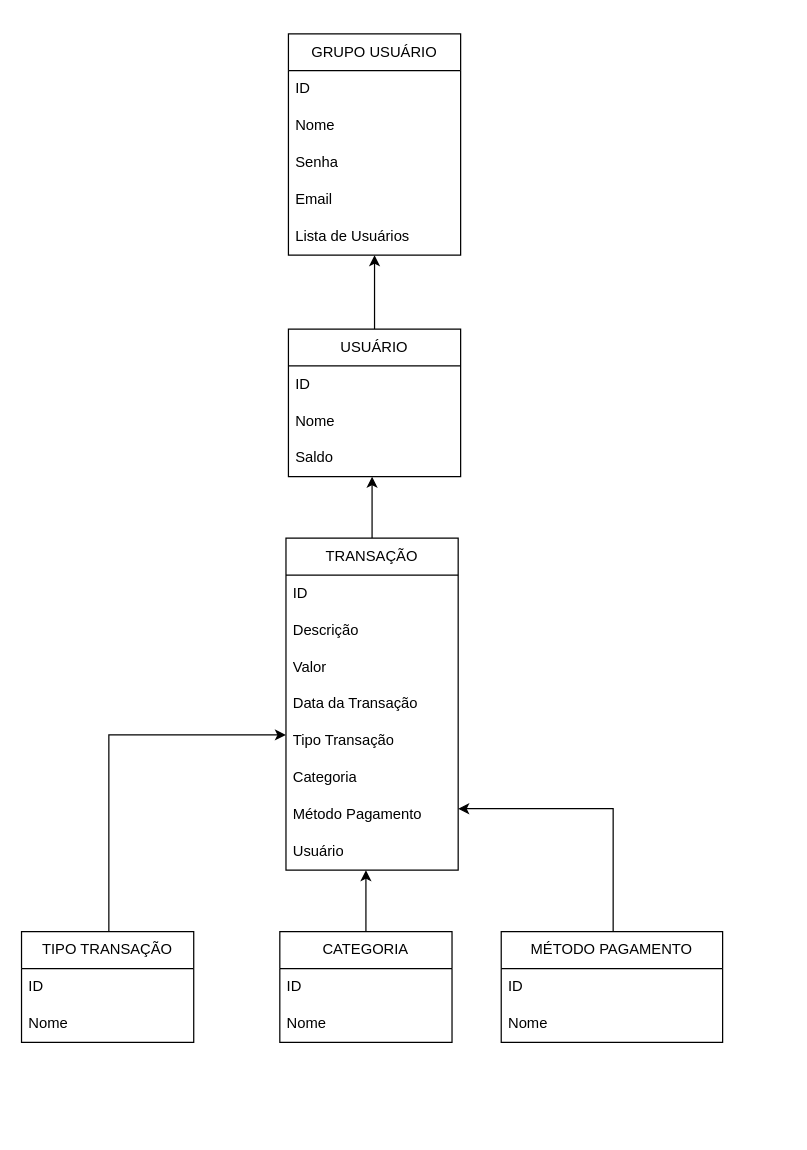
Above: page "Página-2" (2 of 3) of doc/MER CONTROLE FINANCEIRO.drawio in HandryoCasali/controle-financeiro (draw.io), before the change. Source tidied: cells renumbered, new cells numbered last; positions are measured from the earlier drawing's top-left corner, leaving out a move shared by most shapes. Both pictures are drawn from the tidied source at 123%, with x=0, y=0 at pixel (21, 33).
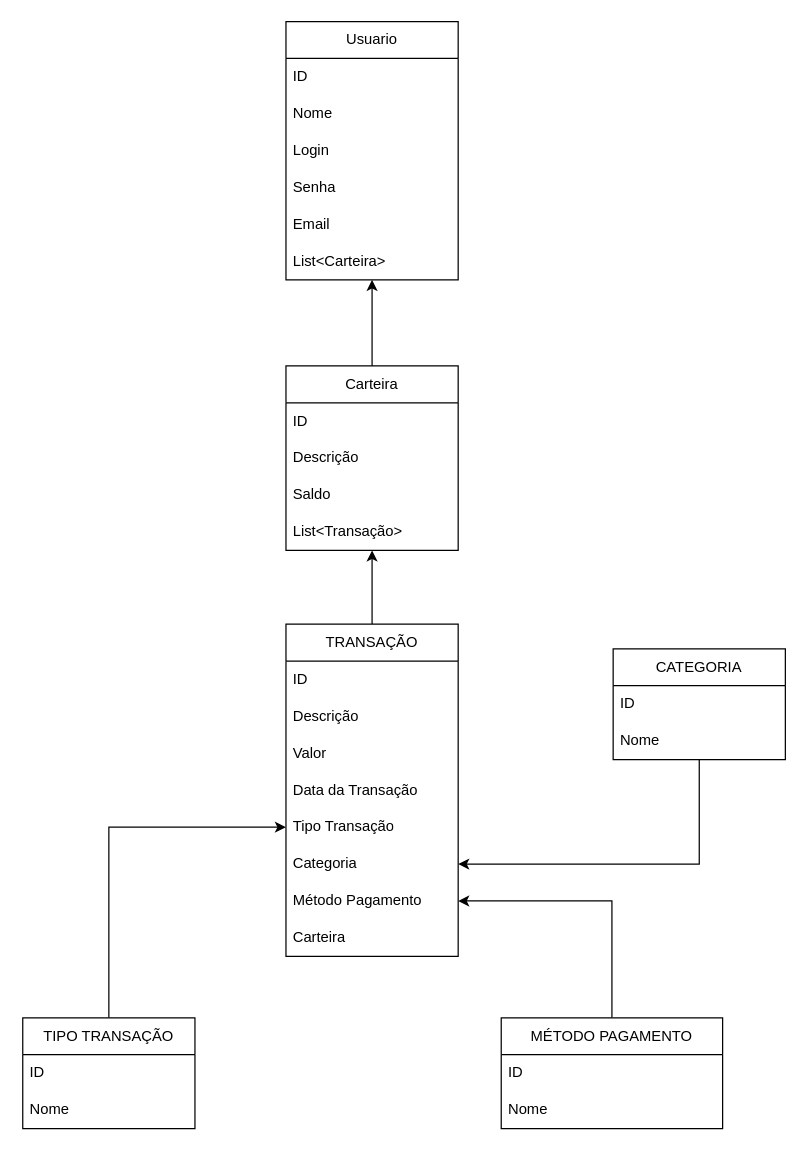
The same diagram, later.

The change refers to these unchanged cells:
```xml
<mxCell id="13" value="Tipo Transação" style="text;strokeColor=none;fillColor=none;align=left;verticalAlign=middle;spacingLeft=4;spacingRight=4;overflow=hidden;points=[[0,0.5],[1,0.5]];portConstraint=eastwest;whiteSpace=wrap;html=1;" parent="8" vertex="1">
  <mxGeometry y="150" width="140" height="30" as="geometry" />
</mxCell>
<mxCell id="14" value="Categoria" style="text;strokeColor=none;fillColor=none;align=left;verticalAlign=middle;spacingLeft=4;spacingRight=4;overflow=hidden;points=[[0,0.5],[1,0.5]];portConstraint=eastwest;whiteSpace=wrap;html=1;" parent="8" vertex="1">
  <mxGeometry y="180" width="140" height="30" as="geometry" />
</mxCell>
<mxCell id="15" value="Método Pagamento" style="text;strokeColor=none;fillColor=none;align=left;verticalAlign=middle;spacingLeft=4;spacingRight=4;overflow=hidden;points=[[0,0.5],[1,0.5]];portConstraint=eastwest;whiteSpace=wrap;html=1;" parent="8" vertex="1">
  <mxGeometry y="210" width="140" height="30" as="geometry" />
</mxCell>
```

Change to the diagram source:
```diff
@@
-    <mxCell id="2" style="edgeStyle=orthogonalEdgeStyle;rounded=0;jettySize=auto;html=1;" parent="1" edge="1" source="3" target="29">
-      <mxGeometry relative="1" as="geometry" />
-    </mxCell>
-    <mxCell id="3" value="USUÁRIO" style="swimlane;fontStyle=0;horizontal=1;startSize=30;whiteSpace=wrap;html=1;" parent="1" vertex="1">
-      <mxGeometry x="217" y="240" width="140" height="120" as="geometry" />
-    </mxCell>
-    <mxCell id="4" value="ID" style="text;strokeColor=none;fillColor=none;align=left;verticalAlign=middle;spacingLeft=4;spacingRight=4;overflow=hidden;whiteSpace=wrap;html=1;" parent="3" vertex="1">
-      <mxGeometry y="30" width="140" height="30" as="geometry" />
-    </mxCell>
-    <mxCell id="5" value="Nome" style="text;strokeColor=none;fillColor=none;align=left;verticalAlign=middle;spacingLeft=4;spacingRight=4;overflow=hidden;whiteSpace=wrap;html=1;" parent="3" vertex="1">
-      <mxGeometry y="60" width="140" height="30" as="geometry" />
-    </mxCell>
-    <mxCell id="6" value="Saldo" style="text;strokeColor=none;fillColor=none;align=left;verticalAlign=middle;spacingLeft=4;spacingRight=4;overflow=hidden;whiteSpace=wrap;html=1;" parent="3" vertex="1">
-      <mxGeometry y="90" width="140" height="30" as="geometry" />
-    </mxCell>
-    <mxCell id="7" style="edgeStyle=orthogonalEdgeStyle;rounded=0;jettySize=auto;html=1;" parent="1" edge="1" source="8">
-      <mxGeometry relative="1" as="geometry">
-        <mxPoint x="285" y="360" as="targetPoint" />
-      </mxGeometry>
-    </mxCell>
+    <mxCell id="35" style="edgeStyle=orthogonalEdgeStyle;rounded=0;jettySize=auto;html=1;" parent="1" edge="1" source="8">
+      <mxGeometry relative="1" as="geometry">
+        <mxPoint x="285" y="420" as="targetPoint" />
+      </mxGeometry>
+    </mxCell>
     <mxCell id="8" value="TRANSAÇÃO" style="swimlane;fontStyle=0;horizontal=1;startSize=30;whiteSpace=wrap;html=1;" parent="1" vertex="1">
-      <mxGeometry x="215" y="410" width="140" height="270" as="geometry" />
+      <mxGeometry x="215" y="480" width="140" height="270" as="geometry" />
     </mxCell>
@@
-    <mxCell id="16" value="Usuário" style="text;strokeColor=none;fillColor=none;align=left;verticalAlign=middle;spacingLeft=4;spacingRight=4;overflow=hidden;whiteSpace=wrap;html=1;" parent="8" vertex="1">
+    <mxCell id="16" value="Carteira" style="text;strokeColor=none;fillColor=none;align=left;verticalAlign=middle;spacingLeft=4;spacingRight=4;overflow=hidden;whiteSpace=wrap;html=1;" parent="8" vertex="1">
       <mxGeometry y="240" width="140" height="30" as="geometry" />
     </mxCell>
-    <mxCell id="17" style="edgeStyle=orthogonalEdgeStyle;rounded=0;jettySize=auto;html=1;" parent="1" edge="1" source="18" target="8">
-      <mxGeometry relative="1" as="geometry">
-        <Array as="points">
-          <mxPoint x="71" y="570" />
-        </Array>
-      </mxGeometry>
-    </mxCell>
+    <mxCell id="36" style="edgeStyle=orthogonalEdgeStyle;rounded=0;jettySize=auto;html=1;" parent="1" edge="1" source="18" target="13">
+      <mxGeometry relative="1" as="geometry" />
+    </mxCell>
     <mxCell id="18" value="TIPO TRANSAÇÃO" style="swimlane;fontStyle=0;horizontal=1;startSize=30;whiteSpace=wrap;html=1;" parent="1" vertex="1">
-      <mxGeometry y="730" width="140" height="90" as="geometry" />
+      <mxGeometry x="1" y="800" width="140" height="90" as="geometry" />
     </mxCell>
@@
-    <mxCell id="21" style="edgeStyle=orthogonalEdgeStyle;rounded=0;jettySize=auto;html=1;" parent="1" edge="1" source="22" target="8">
-      <mxGeometry relative="1" as="geometry">
-        <Array as="points">
-          <mxPoint x="281" y="750" />
-          <mxPoint x="281" y="750" />
-        </Array>
-      </mxGeometry>
-    </mxCell>
+    <mxCell id="37" style="edgeStyle=orthogonalEdgeStyle;rounded=0;jettySize=auto;html=1;" parent="1" edge="1" source="22" target="14">
+      <mxGeometry relative="1" as="geometry" />
+    </mxCell>
     <mxCell id="22" value="CATEGORIA" style="swimlane;fontStyle=0;horizontal=1;startSize=30;whiteSpace=wrap;html=1;" parent="1" vertex="1">
-      <mxGeometry x="210" y="730" width="140" height="90" as="geometry" />
+      <mxGeometry x="481" y="500" width="140" height="90" as="geometry" />
     </mxCell>
@@
-    <mxCell id="25" style="edgeStyle=orthogonalEdgeStyle;rounded=0;jettySize=auto;html=1;" parent="1" edge="1" source="26" target="8">
-      <mxGeometry relative="1" as="geometry">
-        <Array as="points">
-          <mxPoint x="481" y="630" />
-        </Array>
-      </mxGeometry>
-    </mxCell>
+    <mxCell id="38" style="edgeStyle=orthogonalEdgeStyle;rounded=0;jettySize=auto;html=1;" parent="1" edge="1" source="26" target="15">
+      <mxGeometry relative="1" as="geometry" />
+    </mxCell>
     <mxCell id="26" value="MÉTODO PAGAMENTO" style="swimlane;fontStyle=0;horizontal=1;startSize=30;whiteSpace=wrap;html=1;" parent="1" vertex="1">
-      <mxGeometry x="390" y="730" width="180" height="90" as="geometry" />
+      <mxGeometry x="390" y="800" width="180" height="90" as="geometry" />
     </mxCell>
@@
-    <mxCell id="29" value="GRUPO USUÁRIO" style="swimlane;fontStyle=0;horizontal=1;startSize=30;whiteSpace=wrap;html=1;" parent="1" vertex="1">
-      <mxGeometry x="217" width="140" height="180" as="geometry" />
-    </mxCell>
-    <mxCell id="30" value="ID" style="text;strokeColor=none;fillColor=none;align=left;verticalAlign=middle;spacingLeft=4;spacingRight=4;overflow=hidden;whiteSpace=wrap;html=1;" parent="29" vertex="1">
-      <mxGeometry y="30" width="140" height="30" as="geometry" />
-    </mxCell>
-    <mxCell id="31" value="Nome" style="text;strokeColor=none;fillColor=none;align=left;verticalAlign=middle;spacingLeft=4;spacingRight=4;overflow=hidden;whiteSpace=wrap;html=1;" parent="29" vertex="1">
-      <mxGeometry y="60" width="140" height="30" as="geometry" />
-    </mxCell>
+    <mxCell id="39" style="edgeStyle=orthogonalEdgeStyle;rounded=0;jettySize=auto;html=1;" parent="1" edge="1" source="40" target="44">
+      <mxGeometry relative="1" as="geometry" />
+    </mxCell>
+    <mxCell id="40" value="Carteira" style="swimlane;fontStyle=0;horizontal=1;startSize=30;whiteSpace=wrap;html=1;" parent="1" vertex="1">
+      <mxGeometry x="215" y="270" width="140" height="150" as="geometry" />
+    </mxCell>
+    <mxCell id="41" value="ID" style="text;strokeColor=none;fillColor=none;align=left;verticalAlign=middle;spacingLeft=4;spacingRight=4;overflow=hidden;whiteSpace=wrap;html=1;" parent="40" vertex="1">
+      <mxGeometry y="30" width="140" height="30" as="geometry" />
+    </mxCell>
+    <mxCell id="42" value="Descrição" style="text;strokeColor=none;fillColor=none;align=left;verticalAlign=middle;spacingLeft=4;spacingRight=4;overflow=hidden;whiteSpace=wrap;html=1;" parent="40" vertex="1">
+      <mxGeometry y="60" width="140" height="30" as="geometry" />
+    </mxCell>
+    <mxCell id="6" value="Saldo" style="text;strokeColor=none;fillColor=none;align=left;verticalAlign=middle;spacingLeft=4;spacingRight=4;overflow=hidden;whiteSpace=wrap;html=1;" parent="40" vertex="1">
+      <mxGeometry y="90" width="140" height="30" as="geometry" />
+    </mxCell>
+    <mxCell id="43" value="List&amp;lt;Transação&amp;gt;" style="text;strokeColor=none;fillColor=none;align=left;verticalAlign=middle;spacingLeft=4;spacingRight=4;overflow=hidden;whiteSpace=wrap;html=1;" parent="40" vertex="1">
+      <mxGeometry y="120" width="140" height="30" as="geometry" />
+    </mxCell>
+    <mxCell id="44" value="Usuario" style="swimlane;fontStyle=0;horizontal=1;startSize=30;whiteSpace=wrap;html=1;" parent="1" vertex="1">
+      <mxGeometry x="215" y="-10" width="140" height="210" as="geometry" />
+    </mxCell>
+    <mxCell id="45" value="ID" style="text;strokeColor=none;fillColor=none;align=left;verticalAlign=middle;spacingLeft=4;spacingRight=4;overflow=hidden;whiteSpace=wrap;html=1;" parent="44" vertex="1">
+      <mxGeometry y="30" width="140" height="30" as="geometry" />
+    </mxCell>
+    <mxCell id="46" value="Nome" style="text;strokeColor=none;fillColor=none;align=left;verticalAlign=middle;spacingLeft=4;spacingRight=4;overflow=hidden;whiteSpace=wrap;html=1;" parent="44" vertex="1">
+      <mxGeometry y="60" width="140" height="30" as="geometry" />
+    </mxCell>
+    <mxCell id="47" value="Login" style="text;strokeColor=none;fillColor=none;align=left;verticalAlign=middle;spacingLeft=4;spacingRight=4;overflow=hidden;whiteSpace=wrap;html=1;" parent="44" vertex="1">
+      <mxGeometry y="90" width="140" height="30" as="geometry" />
+    </mxCell>
-    <mxCell id="32" value="Senha" style="text;strokeColor=none;fillColor=none;align=left;verticalAlign=middle;spacingLeft=4;spacingRight=4;overflow=hidden;whiteSpace=wrap;html=1;" parent="29" vertex="1">
-      <mxGeometry y="90" width="140" height="30" as="geometry" />
+    <mxCell id="32" value="Senha" style="text;strokeColor=none;fillColor=none;align=left;verticalAlign=middle;spacingLeft=4;spacingRight=4;overflow=hidden;whiteSpace=wrap;html=1;" parent="44" vertex="1">
+      <mxGeometry y="120" width="140" height="30" as="geometry" />
     </mxCell>
-    <mxCell id="33" value="Email" style="text;strokeColor=none;fillColor=none;align=left;verticalAlign=middle;spacingLeft=4;spacingRight=4;overflow=hidden;whiteSpace=wrap;html=1;" parent="29" vertex="1">
-      <mxGeometry y="120" width="140" height="30" as="geometry" />
+    <mxCell id="33" value="Email" style="text;strokeColor=none;fillColor=none;align=left;verticalAlign=middle;spacingLeft=4;spacingRight=4;overflow=hidden;whiteSpace=wrap;html=1;" parent="44" vertex="1">
+      <mxGeometry y="150" width="140" height="30" as="geometry" />
     </mxCell>
-    <mxCell id="34" value="Lista de Usuários" style="text;strokeColor=none;fillColor=none;align=left;verticalAlign=middle;spacingLeft=4;spacingRight=4;overflow=hidden;whiteSpace=wrap;html=1;" parent="29" vertex="1">
-      <mxGeometry y="150" width="140" height="30" as="geometry" />
-    </mxCell>
+    <mxCell id="48" value="List&amp;lt;Carteira&amp;gt;" style="text;strokeColor=none;fillColor=none;align=left;verticalAlign=middle;spacingLeft=4;spacingRight=4;overflow=hidden;whiteSpace=wrap;html=1;" parent="44" vertex="1">
+      <mxGeometry y="180" width="140" height="30" as="geometry" />
+    </mxCell>
```
